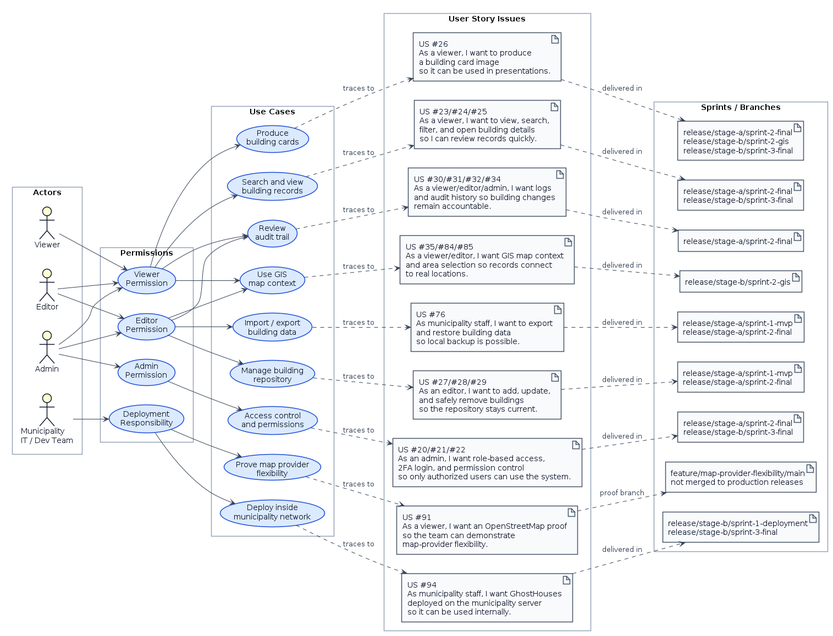
bbdaria/GhostHouses keeps this PlantUML diagram as docs/submissions/stage-b/uml/use-cases/presentation/use_cases_to_sprints.png. Above is the earlier version. Its source is kept beside it as docs/submissions/stage-b/uml/use-cases/presentation/use_cases_to_sprints.puml.
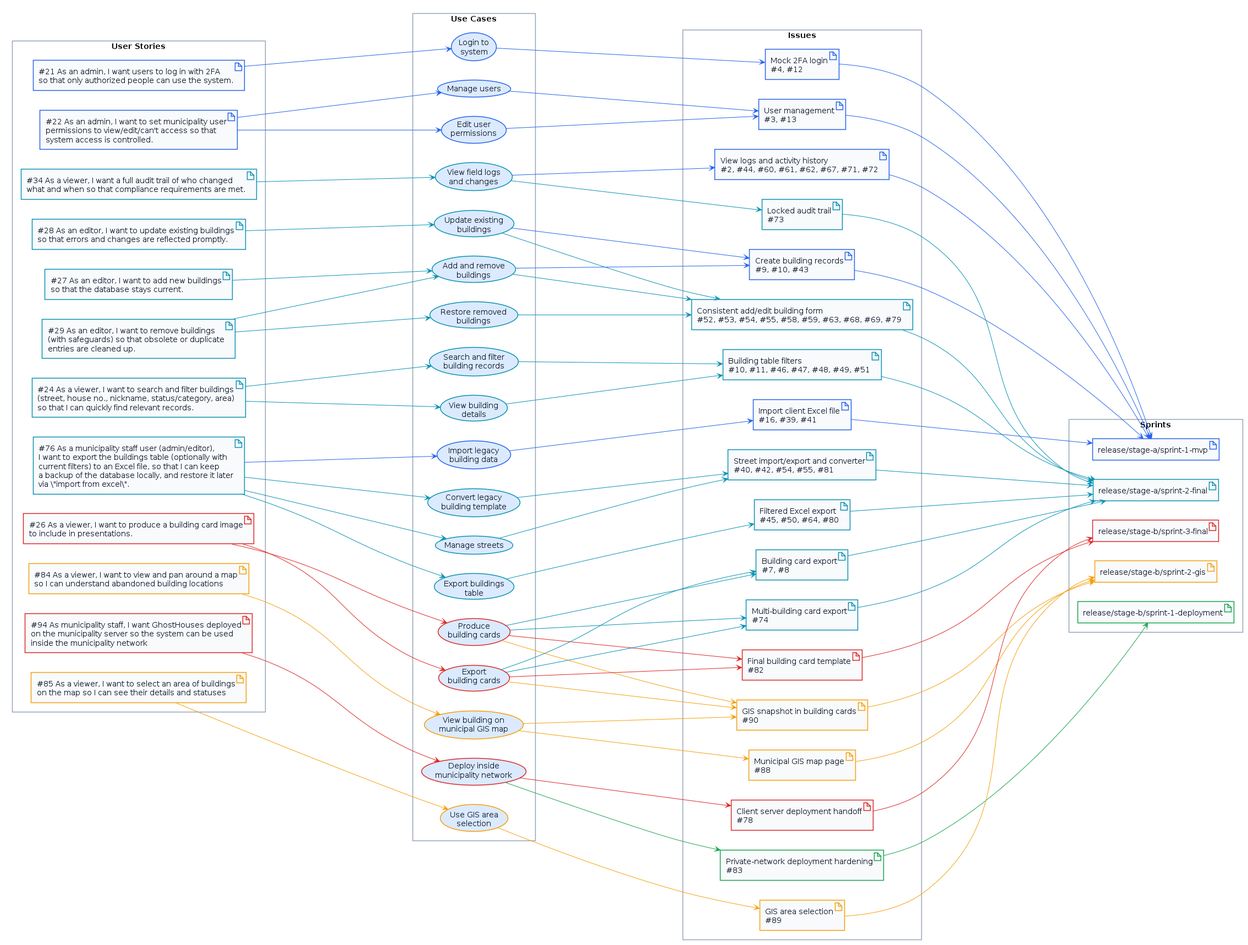
The same file after the commit.

Commit message:
Update Stage B traceability presentation

Change to the diagram source:
```diff
@@ -1,5 +1,8 @@
 @startuml
+
 left to right direction
+
+skinparam ranksep 300
 
 skinparam shadowing false
 skinparam backgroundColor #FFFFFF
@@ -18,93 +21,156 @@
 skinparam RectangleBorderColor #94A3B8
 skinparam RectangleBackgroundColor #FFFFFF
 
-rectangle "Actors" {
-  actor "Viewer" as Viewer
-  actor "Editor" as Editor
-  actor "Admin" as Admin
-  actor "Municipality\nIT / Dev Team" as IT
-}
-
-rectangle "Permissions" {
-  usecase "Viewer\nPermission" as P_VIEW
-  usecase "Editor\nPermission" as P_EDIT
-  usecase "Admin\nPermission" as P_ADMIN
-  usecase "Deployment\nResponsibility" as P_DEPLOY
+rectangle "User Stories" {
+  artifact "#21 As an admin, I want users to log in with 2FA\nso that only authorized people can use the system." as US_21 #F8FAFC;line:2563EB
+  artifact "#22 As an admin, I want to set municipality user\npermissions to view/edit/can't access so that\nsystem access is controlled." as US_22 #F8FAFC;line:2563EB
+  artifact "#24 As a viewer, I want to search and filter buildings\n(street, house no., nickname, status/category, area)\nso that I can quickly find relevant records." as US_24 #F8FAFC;line:0891B2
+  artifact "#26 As a viewer, I want to produce a building card image\nto include in presentations." as US_26 #F8FAFC;line:DC2626
+  artifact "#27 As an editor, I want to add new buildings\nso that the database stays current." as US_27 #F8FAFC;line:0891B2
+  artifact "#28 As an editor, I want to update existing buildings\nso that errors and changes are reflected promptly." as US_28 #F8FAFC;line:0891B2
+  artifact "#29 As an editor, I want to remove buildings\n(with safeguards) so that obsolete or duplicate\nentries are cleaned up." as US_29 #F8FAFC;line:0891B2
+  artifact "#34 As a viewer, I want a full audit trail of who changed\nwhat and when so that compliance requirements are met." as US_34 #F8FAFC;line:0891B2
+  artifact "#76 As a municipality staff user (admin/editor),\nI want to export the buildings table (optionally with\ncurrent filters) to an Excel file, so that I can keep\na backup of the database locally, and restore it later\nvia \"import from excel\"." as US_76 #F8FAFC;line:0891B2
+  artifact "#84 As a viewer, I want to view and pan around a map\nso I can understand abandoned building locations" as US_84 #F8FAFC;line:F59E0B
+  artifact "#85 As a viewer, I want to select an area of buildings\non the map so I can see their details and statuses" as US_85 #F8FAFC;line:F59E0B
+  artifact "#94 As municipality staff, I want GhostHouses deployed\non the municipality server so the system can be used\ninside the municipality network" as US_94 #F8FAFC;line:DC2626
 }
 
 rectangle "Use Cases" {
-  usecase "Access control\nand permissions" as UC_ACCESS
-  usecase "Search and view\nbuilding records" as UC_VIEW
-  usecase "Manage building\nrepository" as UC_MANAGE
-  usecase "Import / export\nbuilding data" as UC_DATA
-  usecase "Produce\nbuilding cards" as UC_CARDS
-  usecase "Review\naudit trail" as UC_LOGS
-  usecase "Use GIS\nmap context" as UC_GIS
-  usecase "Deploy inside\nmunicipality network" as UC_DEPLOY
-  usecase "Prove map provider\nflexibility" as UC_PROVIDER
+  usecase "Login to\nsystem" as UC_LOGIN #DBEAFE;line:2563EB
+  usecase "Search and filter\nbuilding records" as UC_SEARCH #DBEAFE;line:0891B2
+  usecase "View building\ndetails" as UC_DETAILS #DBEAFE;line:0891B2
+  usecase "View field logs\nand changes" as UC_LOGS #DBEAFE;line:0891B2
+  usecase "Produce\nbuilding cards" as UC_PRODUCE_CARDS #DBEAFE;line:DC2626
+  usecase "Export\nbuilding cards" as UC_EXPORT_CARDS #DBEAFE;line:DC2626
+  usecase "View building on\nmunicipal GIS map" as UC_GIS_VIEW #DBEAFE;line:F59E0B
+  usecase "Use GIS area\nselection" as UC_GIS_AREA #DBEAFE;line:F59E0B
+  usecase "Add and remove\nbuildings" as UC_ADD_REMOVE #DBEAFE;line:0891B2
+  usecase "Update existing\nbuildings" as UC_UPDATE #DBEAFE;line:0891B2
+  usecase "Restore removed\nbuildings" as UC_RESTORE #DBEAFE;line:0891B2
+  usecase "Export buildings\ntable" as UC_EXPORT_TABLE #DBEAFE;line:0891B2
+  usecase "Import legacy\nbuilding data" as UC_IMPORT #DBEAFE;line:2563EB
+  usecase "Convert legacy\nbuilding template" as UC_CONVERT #DBEAFE;line:0891B2
+  usecase "Manage streets" as UC_STREETS #DBEAFE;line:0891B2
+  usecase "Manage users" as UC_USERS #DBEAFE;line:2563EB
+  usecase "Edit user\npermissions" as UC_PERMISSIONS #DBEAFE;line:2563EB
+  usecase "Deploy inside\nmunicipality network" as UC_DEPLOY #DBEAFE;line:DC2626
 }
 
-rectangle "User Story Issues" {
-  artifact "US #20/#21/#22\nAs an admin, I want role-based access,\n2FA login, and permission control\nso only authorized users can use the system." as US_ACCESS
-  artifact "US #23/#24/#25\nAs a viewer, I want to view, search,\nfilter, and open building details\nso I can review records quickly." as US_VIEW
-  artifact "US #27/#28/#29\nAs an editor, I want to add, update,\nand safely remove buildings\nso the repository stays current." as US_MANAGE
-  artifact "US #76\nAs municipality staff, I want to export\nand restore building data\nso local backup is possible." as US_DATA
-  artifact "US #26\nAs a viewer, I want to produce\na building card image\nso it can be used in presentations." as US_CARDS
-  artifact "US #30/#31/#32/#34\nAs a viewer/editor/admin, I want logs\nand audit history so building changes\nremain accountable." as US_LOGS
-  artifact "US #35/#84/#85\nAs a viewer/editor, I want GIS map context\nand area selection so records connect\nto real locations." as US_GIS
-  artifact "US #94\nAs municipality staff, I want GhostHouses\ndeployed on the municipality server\nso it can be used internally." as US_DEPLOY
-  artifact "US #91\nAs a viewer, I want an OpenStreetMap proof\nso the team can demonstrate\nmap-provider flexibility." as US_PROVIDER
+rectangle "Issues" {
+  artifact "Mock 2FA login\n#4, #12" as I_MVP_2FA #F8FAFC;line:2563EB
+  artifact "User management\n#3, #13" as I_MVP_USERS #F8FAFC;line:2563EB
+  artifact "Building table filters\n#10, #11, #46, #47, #48, #49, #51" as I_STAGE_A_FILTERS #F8FAFC;line:0891B2
+  artifact "Building card export\n#7, #8" as I_MVP_CARD_EXPORT #F8FAFC;line:0891B2
+  artifact "Multi-building card export\n#74" as I_STAGE_A_CARD_MULTI #F8FAFC;line:0891B2
+  artifact "Final building card template\n#82" as I_FINAL_CARD_TEMPLATE #F8FAFC;line:DC2626
+  artifact "GIS snapshot in building cards\n#90" as I_GIS_CARD_SNAPSHOT #F8FAFC;line:F59E0B
+  artifact "Create building records\n#9, #10, #43" as I_MVP_ADD_BUILDINGS #F8FAFC;line:2563EB
+  artifact "Consistent add/edit building form\n#52, #53, #54, #55, #58, #59, #63, #68, #69, #79" as I_FINAL_BUILDING_FORM #F8FAFC;line:0891B2
+  artifact "View logs and activity history\n#2, #44, #60, #61, #62, #67, #71, #72" as I_MVP_LOGS #F8FAFC;line:2563EB
+  artifact "Locked audit trail\n#73" as I_STAGE_A_AUDIT_LOCK #F8FAFC;line:0891B2
+  artifact "Import client Excel file\n#16, #39, #41" as I_MVP_IMPORT #F8FAFC;line:2563EB
+  artifact "Filtered Excel export\n#45, #50, #64, #80" as I_FINAL_EXPORT #F8FAFC;line:0891B2
+  artifact "Street import/export and converter\n#40, #42, #54, #55, #81" as I_FINAL_STREETS #F8FAFC;line:0891B2
+  artifact "Municipal GIS map page\n#88" as I_GIS_MAP_PAGE #F8FAFC;line:F59E0B
+  artifact "GIS area selection\n#89" as I_GIS_AREA_SELECTION #F8FAFC;line:F59E0B
+  artifact "Private-network deployment hardening\n#83" as I_DEPLOY_HARDENING #F8FAFC;line:16A34A
+  artifact "Client server deployment handoff\n#78" as I_FINAL_DEPLOYMENT #F8FAFC;line:DC2626
 }
 
-rectangle "Sprints / Branches" {
-  artifact "release/stage-a/sprint-2-final\nrelease/stage-b/sprint-3-final" as S_ACCESS
-  artifact "release/stage-a/sprint-2-final\nrelease/stage-b/sprint-3-final" as S_VIEW
-  artifact "release/stage-a/sprint-1-mvp\nrelease/stage-a/sprint-2-final" as S_MANAGE
-  artifact "release/stage-a/sprint-1-mvp\nrelease/stage-a/sprint-2-final" as S_DATA
-  artifact "release/stage-a/sprint-2-final\nrelease/stage-b/sprint-2-gis\nrelease/stage-b/sprint-3-final" as S_CARDS
-  artifact "release/stage-a/sprint-2-final" as S_LOGS
-  artifact "release/stage-b/sprint-2-gis" as S_GIS
-  artifact "release/stage-b/sprint-1-deployment\nrelease/stage-b/sprint-3-final" as S_DEPLOY
-  artifact "feature/map-provider-flexibility/main\nnot merged to production releases" as S_PROVIDER
+rectangle "Sprints" {
+  artifact "release/stage-a/sprint-1-mvp" as S_STAGE_A_MVP #F8FAFC;line:2563EB
+  artifact "release/stage-a/sprint-2-final" as S_STAGE_A_FINAL #F8FAFC;line:0891B2
+  artifact "release/stage-b/sprint-1-deployment" as S_STAGE_B_DEPLOY #F8FAFC;line:16A34A
+  artifact "release/stage-b/sprint-2-gis" as S_STAGE_B_GIS #F8FAFC;line:F59E0B
+  artifact "release/stage-b/sprint-3-final" as S_STAGE_B_FINAL #F8FAFC;line:DC2626
 }
 
-Viewer --> P_VIEW
-Editor --> P_VIEW
-Editor --> P_EDIT
-Admin --> P_VIEW
-Admin --> P_EDIT
-Admin --> P_ADMIN
-IT --> P_DEPLOY
+US_21 -[#2563EB]-> UC_LOGIN
+US_22 -[#2563EB]-> UC_USERS
+US_22 -[#2563EB]-> UC_PERMISSIONS
 
-P_ADMIN --> UC_ACCESS
-P_VIEW --> UC_VIEW
-P_EDIT --> UC_MANAGE
-P_EDIT --> UC_DATA
-P_VIEW --> UC_CARDS
-P_VIEW --> UC_LOGS
-P_EDIT --> UC_LOGS
-P_VIEW --> UC_GIS
-P_EDIT --> UC_GIS
-P_DEPLOY --> UC_DEPLOY
-P_DEPLOY --> UC_PROVIDER
+US_24 -[#0891B2]-> UC_SEARCH
+US_24 -[#0891B2]-> UC_DETAILS
 
-UC_ACCESS ..> US_ACCESS : traces to
-UC_VIEW ..> US_VIEW : traces to
-UC_MANAGE ..> US_MANAGE : traces to
-UC_DATA ..> US_DATA : traces to
-UC_CARDS ..> US_CARDS : traces to
-UC_LOGS ..> US_LOGS : traces to
-UC_GIS ..> US_GIS : traces to
-UC_DEPLOY ..> US_DEPLOY : traces to
-UC_PROVIDER ..> US_PROVIDER : traces to
+US_26 -[#DC2626]-> UC_PRODUCE_CARDS
+US_26 -[#DC2626]-> UC_EXPORT_CARDS
 
-US_ACCESS ..> S_ACCESS : delivered in
-US_VIEW ..> S_VIEW : delivered in
-US_MANAGE ..> S_MANAGE : delivered in
-US_DATA ..> S_DATA : delivered in
-US_CARDS ..> S_CARDS : delivered in
-US_LOGS ..> S_LOGS : delivered in
-US_GIS ..> S_GIS : delivered in
-US_DEPLOY ..> S_DEPLOY : delivered in
-US_PROVIDER ..> S_PROVIDER : proof branch
+US_27 -[#0891B2]-> UC_ADD_REMOVE
+US_28 -[#0891B2]-> UC_UPDATE
+US_29 -[#0891B2]-> UC_ADD_REMOVE
+US_29 -[#0891B2]-> UC_RESTORE
+
+US_34 -[#0891B2]-> UC_LOGS
+
+US_76 -[#0891B2]-> UC_EXPORT_TABLE
+US_76 -[#2563EB]-> UC_IMPORT
+US_76 -[#0891B2]-> UC_CONVERT
+US_76 -[#0891B2]-> UC_STREETS
+
+US_84 -[#F59E0B]-> UC_GIS_VIEW
+US_85 -[#F59E0B]-> UC_GIS_AREA
+
+US_94 -[#DC2626]-> UC_DEPLOY
+
+UC_LOGIN -[#2563EB]-> I_MVP_2FA
+UC_USERS -[#2563EB]-> I_MVP_USERS
+UC_PERMISSIONS -[#2563EB]-> I_MVP_USERS
+
+UC_SEARCH -[#0891B2]-> I_STAGE_A_FILTERS
+UC_DETAILS -[#0891B2]-> I_STAGE_A_FILTERS
+
+UC_PRODUCE_CARDS -[#0891B2]-> I_MVP_CARD_EXPORT
+UC_PRODUCE_CARDS -[#0891B2]-> I_STAGE_A_CARD_MULTI
+UC_PRODUCE_CARDS -[#DC2626]-> I_FINAL_CARD_TEMPLATE
+UC_PRODUCE_CARDS -[#F59E0B]-> I_GIS_CARD_SNAPSHOT
+UC_EXPORT_CARDS -[#0891B2]-> I_MVP_CARD_EXPORT
+UC_EXPORT_CARDS -[#0891B2]-> I_STAGE_A_CARD_MULTI
+UC_EXPORT_CARDS -[#DC2626]-> I_FINAL_CARD_TEMPLATE
+UC_EXPORT_CARDS -[#F59E0B]-> I_GIS_CARD_SNAPSHOT
+
+UC_ADD_REMOVE -[#2563EB]-> I_MVP_ADD_BUILDINGS
+UC_ADD_REMOVE -[#0891B2]-> I_FINAL_BUILDING_FORM
+UC_UPDATE -[#2563EB]-> I_MVP_ADD_BUILDINGS
+UC_UPDATE -[#0891B2]-> I_FINAL_BUILDING_FORM
+UC_RESTORE -[#0891B2]-> I_FINAL_BUILDING_FORM
+
+UC_LOGS -[#2563EB]-> I_MVP_LOGS
+UC_LOGS -[#0891B2]-> I_STAGE_A_AUDIT_LOCK
+
+UC_EXPORT_TABLE -[#0891B2]-> I_FINAL_EXPORT
+UC_IMPORT -[#2563EB]-> I_MVP_IMPORT
+UC_CONVERT -[#0891B2]-> I_FINAL_STREETS
+UC_STREETS -[#0891B2]-> I_FINAL_STREETS
+
+UC_GIS_VIEW -[#F59E0B]-> I_GIS_MAP_PAGE
+UC_GIS_VIEW -[#F59E0B]-> I_GIS_CARD_SNAPSHOT
+UC_GIS_AREA -[#F59E0B]-> I_GIS_AREA_SELECTION
+
+UC_DEPLOY -[#16A34A]-> I_DEPLOY_HARDENING
+UC_DEPLOY -[#DC2626]-> I_FINAL_DEPLOYMENT
+
+I_MVP_2FA -[#2563EB]-> S_STAGE_A_MVP
+I_MVP_USERS -[#2563EB]-> S_STAGE_A_MVP
+I_MVP_IMPORT -[#2563EB]-> S_STAGE_A_MVP
+I_MVP_ADD_BUILDINGS -[#2563EB]-> S_STAGE_A_MVP
+I_MVP_LOGS -[#2563EB]-> S_STAGE_A_MVP
+
+I_STAGE_A_FILTERS -[#0891B2]-> S_STAGE_A_FINAL
+I_MVP_CARD_EXPORT -[#0891B2]-> S_STAGE_A_FINAL
+I_STAGE_A_CARD_MULTI -[#0891B2]-> S_STAGE_A_FINAL
+I_STAGE_A_AUDIT_LOCK -[#0891B2]-> S_STAGE_A_FINAL
+I_FINAL_BUILDING_FORM -[#0891B2]-> S_STAGE_A_FINAL
+I_FINAL_EXPORT -[#0891B2]-> S_STAGE_A_FINAL
+I_FINAL_STREETS -[#0891B2]-> S_STAGE_A_FINAL
+
+I_DEPLOY_HARDENING -[#16A34A]-> S_STAGE_B_DEPLOY
+
+I_GIS_MAP_PAGE -[#F59E0B]-> S_STAGE_B_GIS
+I_GIS_AREA_SELECTION -[#F59E0B]-> S_STAGE_B_GIS
+I_GIS_CARD_SNAPSHOT -[#F59E0B]-> S_STAGE_B_GIS
+
+I_FINAL_DEPLOYMENT -[#DC2626]-> S_STAGE_B_FINAL
+I_FINAL_CARD_TEMPLATE -[#DC2626]-> S_STAGE_B_FINAL
+
 @enduml
```
